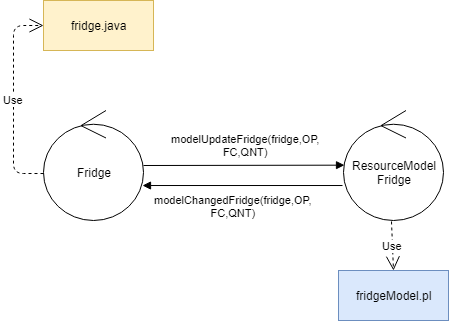
Above: Relazioni/images/sprint4/FridgeArchitecture.png in xAlessandroC/iss2019TemaFinale (draw.io), before the change. Source tidied: cells renumbered, new cells last; positions are measured from the earlier drawing's top-left corner, leaving out a move shared by most shapes.
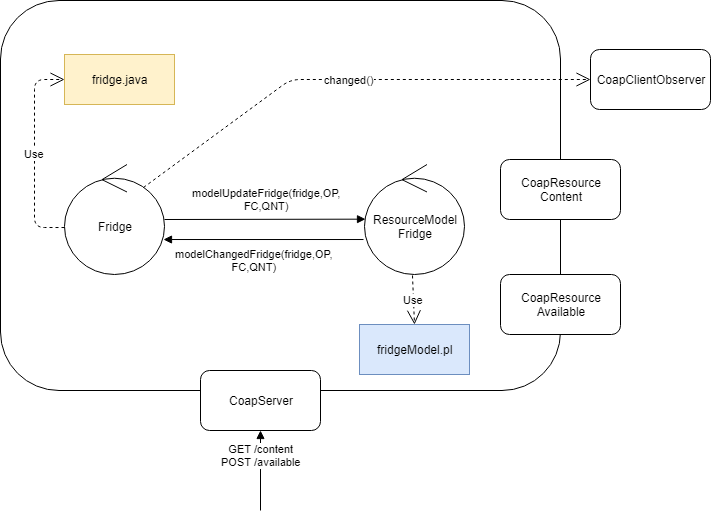
Above is the later version.

Change to the diagram source:
```diff
@@ -2,6 +2,9 @@
   <root>
     <mxCell id="0" />
     <mxCell id="1" parent="0" />
+    <mxCell id="10" style="rounded=1;whiteSpace=wrap;html=1;" parent="1" vertex="1">
+      <mxGeometry x="-20" y="-40" width="560" height="390" as="geometry" />
+    </mxCell>
     <mxCell id="2" value="Fridge" style="ellipse;shape=umlControl;whiteSpace=wrap;html=1;" parent="1" vertex="1">
       <mxGeometry x="30" y="110" width="100" height="110" as="geometry" />
     </mxCell>
@@ -31,5 +34,29 @@
     <mxCell id="9" value="modelChangedFridge(fridge,OP,&lt;br&gt;FC,QNT)" style="html=1;verticalAlign=bottom;endArrow=block;exitX=-0.01;exitY=0.682;exitDx=0;exitDy=0;exitPerimeter=0;entryX=0.99;entryY=0.682;entryDx=0;entryDy=0;entryPerimeter=0;" parent="1" edge="1" source="3" target="2">
       <mxGeometry x="0.09" y="36" relative="1" as="geometry" />
     </mxCell>
+    <mxCell id="11" value="GET /content&lt;br&gt;POST /available" style="html=1;verticalAlign=bottom;endArrow=block;entryX=0.5;entryY=1;entryDx=0;entryDy=0;" parent="1" edge="1" target="14">
+      <mxGeometry relative="1" as="geometry">
+        <mxPoint x="240" y="470" as="sourcePoint" />
+      </mxGeometry>
+    </mxCell>
+    <mxCell id="12" value="CoapResource&lt;br&gt;Content" style="rounded=1;whiteSpace=wrap;html=1;" parent="1" vertex="1">
+      <mxGeometry x="480" y="119" width="120" height="60" as="geometry" />
+    </mxCell>
+    <mxCell id="13" value="CoapResource&lt;br&gt;Available" style="rounded=1;whiteSpace=wrap;html=1;" parent="1" vertex="1">
+      <mxGeometry x="480" y="234" width="120" height="60" as="geometry" />
+    </mxCell>
+    <mxCell id="14" value="CoapServer" style="rounded=1;whiteSpace=wrap;html=1;" parent="1" vertex="1">
+      <mxGeometry x="180" y="330" width="120" height="60" as="geometry" />
+    </mxCell>
+    <mxCell id="15" value="CoapClientObserver" style="rounded=1;whiteSpace=wrap;html=1;" parent="1" vertex="1">
+      <mxGeometry x="570" y="9" width="120" height="60" as="geometry" />
+    </mxCell>
+    <mxCell id="16" value="changed()" style="endArrow=open;dashed=1;endFill=0;endSize=12;html=1;exitX=0.79;exitY=0.209;exitDx=0;exitDy=0;exitPerimeter=0;entryX=0;entryY=0.5;entryDx=0;entryDy=0;" parent="1" edge="1" source="2" target="15">
+      <mxGeometry relative="1" as="geometry">
+        <Array as="points">
+          <mxPoint x="270" y="39" />
+        </Array>
+      </mxGeometry>
+    </mxCell>
   </root>
 </mxGraphModel>
```
